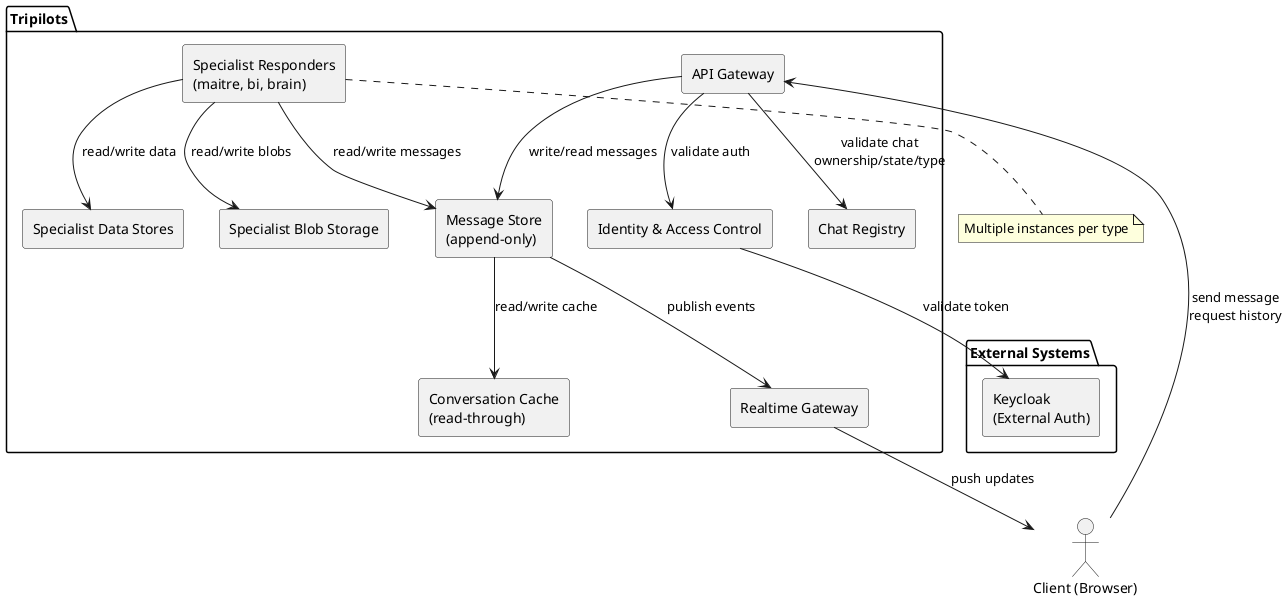
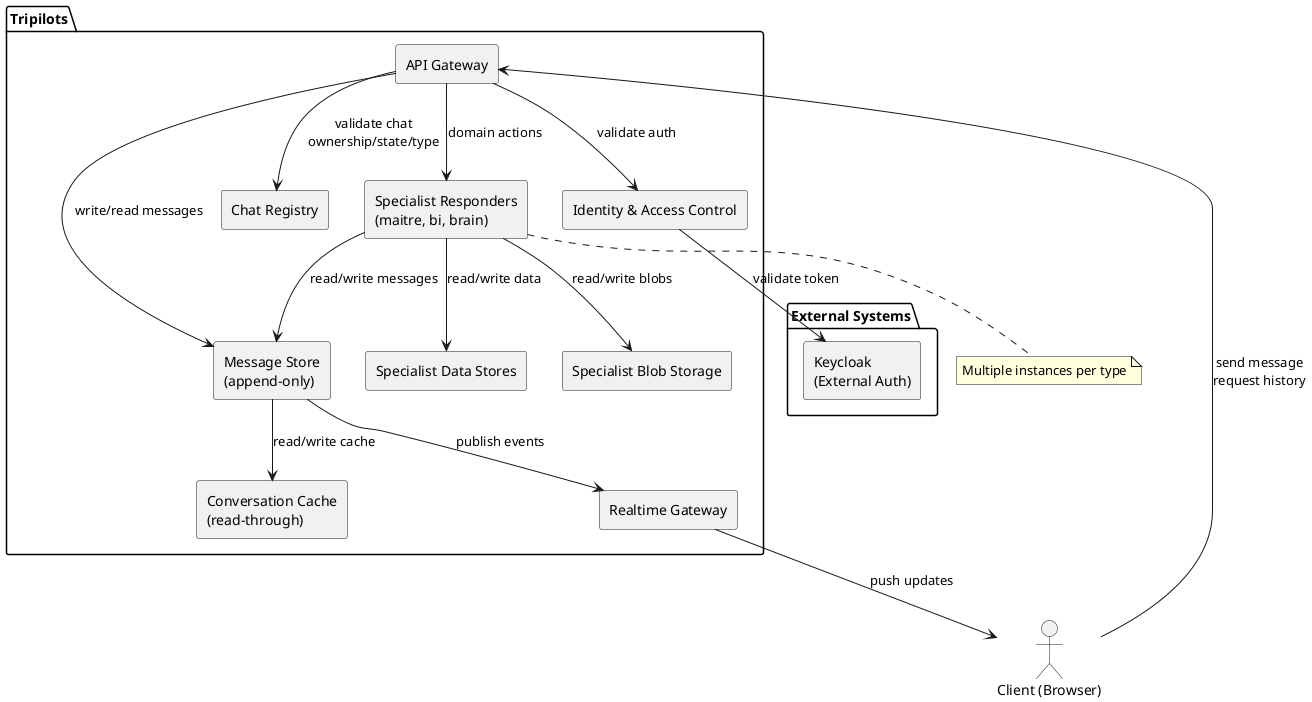
@startuml
skinparam componentStyle rectangle

actor "Client (Browser)" as Client

package "External Systems" {
  component "Keycloak\n(External Auth)" as Keycloak
}

package "Tripilots" {
  component "API Gateway" as APIGW
  component "Identity & Access Control" as IAM
  component "Chat Registry" as ChatReg
  component "Message Store\n(append-only)" as MsgStore
  component "Conversation Cache\n(read-through)" as ConvCache
  component "Realtime Gateway" as RTGW
  component "Specialist Responders\n(maitre, bi, brain)" as Specialists
  component "Specialist Data Stores" as SpecDB
  component "Specialist Blob Storage" as SpecBlob
}

Client --> APIGW : send message\nrequest history
APIGW --> IAM : validate auth
IAM --> Keycloak : validate token
APIGW --> ChatReg : validate chat\nownership/state/type
APIGW --> MsgStore : write/read messages
MsgStore --> ConvCache : read/write cache
Specialists --> MsgStore : read/write messages
Specialists --> SpecDB : read/write data
Specialists --> SpecBlob : read/write blobs
MsgStore --> RTGW : publish events
RTGW --> Client : push updates
+ APIGW --> Specialists : domain actions

note bottom of Specialists
Multiple instances per type
end note

@enduml
